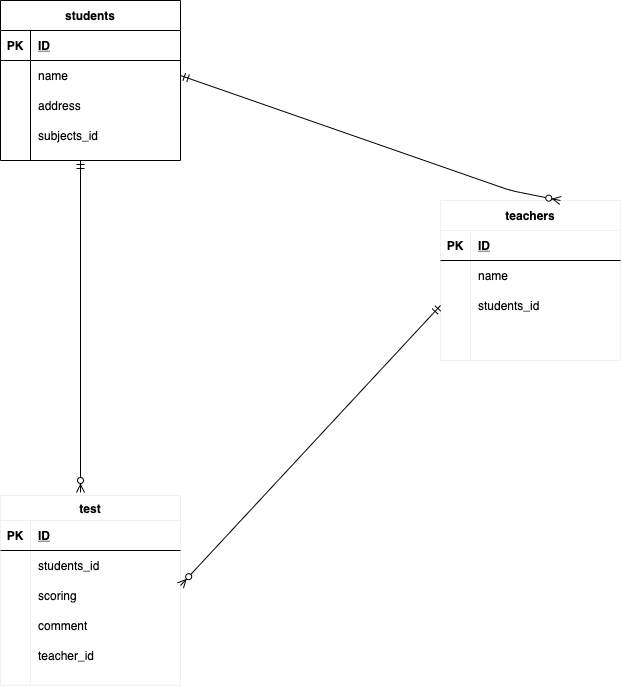
Before: index.drawio.png, a diagram exported from draw.io (hosei0514/ER_TEST). Source tidied: cells renumbered, new cells last; positions are measured from the earlier drawing's top-left corner, leaving out a move shared by most shapes.
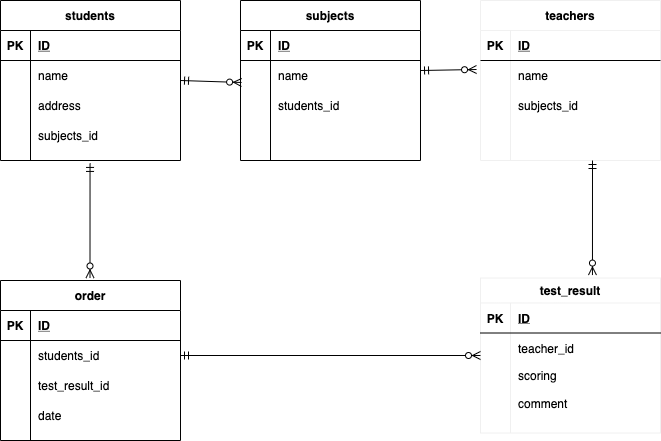
After the change.

The edit, as a diff of the source:
```diff
@@ -3,7 +3,7 @@
     <mxCell id="0" />
     <mxCell id="1" parent="0" />
     <mxCell id="2" value="students" style="shape=table;startSize=30;rowLines=0;fontStyle=1;align=center;" parent="1" vertex="1">
-      <mxGeometry width="180" height="160" as="geometry" />
+      <mxGeometry x="-80" width="180" height="160" as="geometry" />
     </mxCell>
     <mxCell id="3" style="shape=partialRectangle;fillColor=none;top=0;left=0;bottom=1;right=0;" parent="2" vertex="1">
       <mxGeometry y="30" width="180" height="30" as="geometry" />
@@ -42,7 +42,7 @@
       <mxGeometry x="30" width="150" height="30" as="geometry" />
     </mxCell>
     <mxCell id="15" value="teachers" style="shape=table;startSize=30;rowLines=0;fontStyle=1;align=center;strokeColor=#f0f0f0;" parent="1" vertex="1">
-      <mxGeometry x="440" y="200" width="180" height="160" as="geometry" />
+      <mxGeometry x="400" width="180" height="160" as="geometry" />
     </mxCell>
     <mxCell id="16" style="shape=partialRectangle;fillColor=none;top=0;left=0;bottom=1;right=0;" parent="15" vertex="1">
       <mxGeometry y="30" width="180" height="30" as="geometry" />
@@ -68,7 +68,7 @@
     <mxCell id="23" style="shape=partialRectangle;fillColor=none;top=0;left=0;bottom=0;right=0;overflow=hidden;" parent="22" vertex="1">
       <mxGeometry width="30" height="30" as="geometry" />
     </mxCell>
-    <mxCell id="24" value="students_id" style="shape=partialRectangle;fillColor=none;top=0;left=0;bottom=0;right=0;align=left;spacingLeft=6;overflow=hidden;" parent="22" vertex="1">
+    <mxCell id="24" value="subjects_id" style="shape=partialRectangle;fillColor=none;top=0;left=0;bottom=0;right=0;align=left;spacingLeft=6;overflow=hidden;" parent="22" vertex="1">
       <mxGeometry x="30" width="150" height="30" as="geometry" />
     </mxCell>
     <mxCell id="25" style="shape=partialRectangle;fillColor=none;top=0;left=0;bottom=0;right=0;" parent="15" vertex="1">
@@ -80,8 +80,8 @@
     <mxCell id="27" style="shape=partialRectangle;fillColor=none;top=0;left=0;bottom=0;right=0;align=left;spacingLeft=6;overflow=hidden;" parent="25" vertex="1">
       <mxGeometry x="30" width="150" height="30" as="geometry" />
     </mxCell>
-    <mxCell id="28" value="test" style="shape=table;startSize=25;rowLines=0;fontStyle=1;align=center;strokeColor=#f0f0f0;" parent="1" vertex="1">
-      <mxGeometry y="495" width="180" height="190" as="geometry" />
+    <mxCell id="28" value="test_result" style="shape=table;startSize=25;rowLines=0;fontStyle=1;align=center;strokeColor=#f0f0f0;" parent="1" vertex="1">
+      <mxGeometry x="400" y="277.5" width="180" height="155" as="geometry" />
     </mxCell>
     <mxCell id="29" style="shape=partialRectangle;fillColor=none;top=0;left=0;bottom=1;right=0;" parent="28" vertex="1">
       <mxGeometry y="25" width="180" height="30" as="geometry" />
@@ -98,20 +98,20 @@
     <mxCell id="33" style="shape=partialRectangle;fillColor=none;top=0;left=0;bottom=0;right=0;overflow=hidden;" parent="32" vertex="1">
       <mxGeometry width="30" height="30" as="geometry" />
     </mxCell>
-    <mxCell id="34" value="students_id" style="shape=partialRectangle;fillColor=none;top=0;left=0;bottom=0;right=0;align=left;spacingLeft=6;overflow=hidden;" parent="32" vertex="1">
+    <mxCell id="34" value="teacher_id" style="shape=partialRectangle;fillColor=none;top=0;left=0;bottom=0;right=0;align=left;spacingLeft=6;overflow=hidden;" parent="32" vertex="1">
       <mxGeometry x="30" width="150" height="30" as="geometry" />
     </mxCell>
     <mxCell id="35" style="shape=partialRectangle;fillColor=none;top=0;left=0;bottom=0;right=0;" parent="28" vertex="1">
-      <mxGeometry y="85" width="180" height="30" as="geometry" />
+      <mxGeometry y="85" width="180" height="25" as="geometry" />
     </mxCell>
     <mxCell id="36" style="shape=partialRectangle;fillColor=none;top=0;left=0;bottom=0;right=0;overflow=hidden;" parent="35" vertex="1">
-      <mxGeometry width="30" height="30" as="geometry" />
+      <mxGeometry width="30" height="25" as="geometry" />
     </mxCell>
     <mxCell id="37" value="scoring" style="shape=partialRectangle;fillColor=none;top=0;left=0;bottom=0;right=0;align=left;spacingLeft=6;overflow=hidden;flipH=1;" parent="35" vertex="1">
-      <mxGeometry x="30" width="150" height="30" as="geometry" />
+      <mxGeometry x="30" width="150" height="25" as="geometry" />
     </mxCell>
     <mxCell id="38" style="shape=partialRectangle;fillColor=none;top=0;left=0;bottom=0;right=0;" parent="28" vertex="1">
-      <mxGeometry y="115" width="180" height="30" as="geometry" />
+      <mxGeometry y="110" width="180" height="30" as="geometry" />
     </mxCell>
     <mxCell id="39" style="shape=partialRectangle;fillColor=none;top=0;left=0;bottom=0;right=0;overflow=hidden;" parent="38" vertex="1">
       <mxGeometry width="30" height="30" as="geometry" />
@@ -119,31 +119,107 @@
     <mxCell id="40" value="comment" style="shape=partialRectangle;fillColor=none;top=0;left=0;bottom=0;right=0;align=left;spacingLeft=6;overflow=hidden;flipH=1;" parent="38" vertex="1">
       <mxGeometry x="30" width="150" height="30" as="geometry" />
     </mxCell>
-    <mxCell id="41" style="shape=partialRectangle;fillColor=none;top=0;left=0;bottom=0;right=0;" parent="28" vertex="1">
-      <mxGeometry y="145" width="180" height="30" as="geometry" />
-    </mxCell>
-    <mxCell id="42" style="shape=partialRectangle;fillColor=none;top=0;left=0;bottom=0;right=0;overflow=hidden;" parent="41" vertex="1">
-      <mxGeometry width="30" height="30" as="geometry" />
-    </mxCell>
-    <mxCell id="43" value="teacher_id" style="shape=partialRectangle;fillColor=none;top=0;left=0;bottom=0;right=0;align=left;spacingLeft=6;overflow=hidden;" parent="41" vertex="1">
-      <mxGeometry x="30" width="150" height="30" as="geometry" />
-    </mxCell>
-    <mxCell id="44" style="fontSize=12;html=1;endArrow=ERzeroToMany;startArrow=ERmandOne;exitX=1;exitY=0.5;exitDx=0;exitDy=0;" parent="1" edge="1" source="6">
-      <mxGeometry relative="1" as="geometry">
-        <mxPoint x="560" y="200" as="targetPoint" />
-        <Array as="points">
-          <mxPoint x="510" y="190" />
-        </Array>
-      </mxGeometry>
-    </mxCell>
-    <mxCell id="45" style="fontSize=12;html=1;endArrow=ERzeroToMany;startArrow=ERmandOne;" parent="1" edge="1">
-      <mxGeometry relative="1" as="geometry">
-        <mxPoint x="80" y="160" as="sourcePoint" />
-        <mxPoint x="80" y="492" as="targetPoint" />
-      </mxGeometry>
-    </mxCell>
-    <mxCell id="46" style="fontSize=12;html=1;endArrow=ERzeroToMany;startArrow=ERmandOne;entryX=1;entryY=1.167;entryDx=0;entryDy=0;entryPerimeter=0;exitX=0;exitY=0.5;exitDx=0;exitDy=0;" parent="1" edge="1" source="22" target="32">
-      <mxGeometry relative="1" as="geometry" />
+    <mxCell id="46" style="fontSize=12;html=1;endArrow=ERzeroToMany;startArrow=ERmandOne;entryX=0.622;entryY=-0.019;entryDx=0;entryDy=0;entryPerimeter=0;" parent="1" edge="1" target="28">
+      <mxGeometry relative="1" as="geometry">
+        <mxPoint x="512" y="160" as="sourcePoint" />
+      </mxGeometry>
     </mxCell>
+    <mxCell id="47" value="order" style="shape=table;startSize=30;rowLines=0;fontStyle=1;align=center;" parent="1" vertex="1">
+      <mxGeometry x="-80" y="280" width="180" height="160" as="geometry" />
+    </mxCell>
+    <mxCell id="48" style="shape=partialRectangle;fillColor=none;top=0;left=0;bottom=1;right=0;" parent="47" vertex="1">
+      <mxGeometry y="30" width="180" height="30" as="geometry" />
+    </mxCell>
+    <mxCell id="49" value="PK" style="shape=partialRectangle;fillColor=none;top=0;left=0;bottom=0;right=0;fontStyle=1;overflow=hidden;" parent="48" vertex="1">
+      <mxGeometry width="30" height="30" as="geometry" />
+    </mxCell>
+    <mxCell id="50" value="ID" style="shape=partialRectangle;fillColor=none;top=0;left=0;bottom=0;right=0;align=left;spacingLeft=6;fontStyle=5;overflow=hidden;" parent="48" vertex="1">
+      <mxGeometry x="30" width="150" height="30" as="geometry" />
+    </mxCell>
+    <mxCell id="51" style="shape=partialRectangle;fillColor=none;top=0;left=0;bottom=0;right=0;points=[[0,0.5],[1,0.5]];portConstraint=eastwest;" parent="47" vertex="1">
+      <mxGeometry y="60" width="180" height="30" as="geometry" />
+    </mxCell>
+    <mxCell id="52" style="shape=partialRectangle;fillColor=none;top=0;left=0;bottom=0;right=0;overflow=hidden;" parent="51" vertex="1">
+      <mxGeometry width="30" height="30" as="geometry" />
+    </mxCell>
+    <mxCell id="53" value="students_id" style="shape=partialRectangle;fillColor=none;top=0;left=0;bottom=0;right=0;align=left;spacingLeft=6;overflow=hidden;" parent="51" vertex="1">
+      <mxGeometry x="30" width="150" height="30" as="geometry" />
+    </mxCell>
+    <mxCell id="54" style="shape=partialRectangle;fillColor=none;top=0;left=0;bottom=0;right=0;" parent="47" vertex="1">
+      <mxGeometry y="90" width="180" height="30" as="geometry" />
+    </mxCell>
+    <mxCell id="55" style="shape=partialRectangle;fillColor=none;top=0;left=0;bottom=0;right=0;overflow=hidden;" parent="54" vertex="1">
+      <mxGeometry width="30" height="30" as="geometry" />
+    </mxCell>
+    <mxCell id="56" value="test_result_id" style="shape=partialRectangle;fillColor=none;top=0;left=0;bottom=0;right=0;align=left;spacingLeft=6;overflow=hidden;" parent="54" vertex="1">
+      <mxGeometry x="30" width="150" height="30" as="geometry" />
+    </mxCell>
+    <mxCell id="57" style="shape=partialRectangle;fillColor=none;top=0;left=0;bottom=0;right=0;" parent="47" vertex="1">
+      <mxGeometry y="120" width="180" height="30" as="geometry" />
+    </mxCell>
+    <mxCell id="58" style="shape=partialRectangle;fillColor=none;top=0;left=0;bottom=0;right=0;overflow=hidden;" parent="57" vertex="1">
+      <mxGeometry width="30" height="30" as="geometry" />
+    </mxCell>
+    <mxCell id="59" value="date" style="shape=partialRectangle;fillColor=none;top=0;left=0;bottom=0;right=0;align=left;spacingLeft=6;overflow=hidden;" parent="57" vertex="1">
+      <mxGeometry x="30" width="150" height="30" as="geometry" />
+    </mxCell>
+    <mxCell id="60" style="fontSize=12;html=1;endArrow=ERzeroToMany;startArrow=ERmandOne;entryX=0;entryY=0.75;entryDx=0;entryDy=0;entryPerimeter=0;exitX=1;exitY=0.5;exitDx=0;exitDy=0;" parent="1" edge="1" source="51" target="32">
+      <mxGeometry relative="1" as="geometry" />
+    </mxCell>
+    <mxCell id="61" style="fontSize=12;html=1;endArrow=ERzeroToMany;startArrow=ERmandOne;entryX=0.622;entryY=-0.019;entryDx=0;entryDy=0;entryPerimeter=0;" parent="1" edge="1">
+      <mxGeometry relative="1" as="geometry">
+        <mxPoint x="9.5" y="162.9" as="sourcePoint" />
+        <mxPoint x="9.5" y="277.5" as="targetPoint" />
+      </mxGeometry>
+    </mxCell>
+    <mxCell id="62" value="subjects" style="shape=table;startSize=30;rowLines=0;fontStyle=1;align=center;" parent="1" vertex="1">
+      <mxGeometry x="160" width="180" height="160" as="geometry" />
+    </mxCell>
+    <mxCell id="63" style="shape=partialRectangle;fillColor=none;top=0;left=0;bottom=1;right=0;" parent="62" vertex="1">
+      <mxGeometry y="30" width="180" height="30" as="geometry" />
+    </mxCell>
+    <mxCell id="64" value="PK" style="shape=partialRectangle;fillColor=none;top=0;left=0;bottom=0;right=0;fontStyle=1;overflow=hidden;" parent="63" vertex="1">
+      <mxGeometry width="30" height="30" as="geometry" />
+    </mxCell>
+    <mxCell id="65" value="ID" style="shape=partialRectangle;fillColor=none;top=0;left=0;bottom=0;right=0;align=left;spacingLeft=6;fontStyle=5;overflow=hidden;" parent="63" vertex="1">
+      <mxGeometry x="30" width="150" height="30" as="geometry" />
+    </mxCell>
+    <mxCell id="66" style="shape=partialRectangle;fillColor=none;top=0;left=0;bottom=0;right=0;points=[[0,0.5],[1,0.5]];portConstraint=eastwest;" parent="62" vertex="1">
+      <mxGeometry y="60" width="180" height="30" as="geometry" />
+    </mxCell>
+    <mxCell id="67" style="shape=partialRectangle;fillColor=none;top=0;left=0;bottom=0;right=0;overflow=hidden;" parent="66" vertex="1">
+      <mxGeometry width="30" height="30" as="geometry" />
+    </mxCell>
+    <mxCell id="68" value="name" style="shape=partialRectangle;fillColor=none;top=0;left=0;bottom=0;right=0;align=left;spacingLeft=6;overflow=hidden;" parent="66" vertex="1">
+      <mxGeometry x="30" width="150" height="30" as="geometry" />
+    </mxCell>
+    <mxCell id="69" style="shape=partialRectangle;fillColor=none;top=0;left=0;bottom=0;right=0;" parent="62" vertex="1">
+      <mxGeometry y="90" width="180" height="30" as="geometry" />
+    </mxCell>
+    <mxCell id="70" style="shape=partialRectangle;fillColor=none;top=0;left=0;bottom=0;right=0;overflow=hidden;" parent="69" vertex="1">
+      <mxGeometry width="30" height="30" as="geometry" />
+    </mxCell>
+    <mxCell id="71" value="students_id" style="shape=partialRectangle;fillColor=none;top=0;left=0;bottom=0;right=0;align=left;spacingLeft=6;overflow=hidden;" parent="69" vertex="1">
+      <mxGeometry x="30" width="150" height="30" as="geometry" />
+    </mxCell>
+    <mxCell id="72" style="shape=partialRectangle;fillColor=none;top=0;left=0;bottom=0;right=0;" parent="62" vertex="1">
+      <mxGeometry y="120" width="180" height="30" as="geometry" />
+    </mxCell>
+    <mxCell id="73" style="shape=partialRectangle;fillColor=none;top=0;left=0;bottom=0;right=0;overflow=hidden;" parent="72" vertex="1">
+      <mxGeometry width="30" height="30" as="geometry" />
+    </mxCell>
+    <mxCell id="74" style="shape=partialRectangle;fillColor=none;top=0;left=0;bottom=0;right=0;align=left;spacingLeft=6;overflow=hidden;" parent="72" vertex="1">
+      <mxGeometry x="30" width="150" height="30" as="geometry" />
+    </mxCell>
+    <mxCell id="75" style="fontSize=12;html=1;endArrow=ERzeroToMany;startArrow=ERmandOne;entryX=0.006;entryY=0.733;entryDx=0;entryDy=0;entryPerimeter=0;" parent="1" edge="1" target="66">
+      <mxGeometry relative="1" as="geometry">
+        <mxPoint x="100" y="80" as="sourcePoint" />
+      </mxGeometry>
+    </mxCell>
+    <mxCell id="76" style="fontSize=12;html=1;endArrow=ERzeroToMany;startArrow=ERmandOne;entryX=-0.022;entryY=0.3;entryDx=0;entryDy=0;entryPerimeter=0;" parent="1" edge="1" target="19">
+      <mxGeometry relative="1" as="geometry">
+        <mxPoint x="340" y="70" as="sourcePoint" />
+      </mxGeometry>
+    </mxCell>
   </root>
 </mxGraphModel>
```
